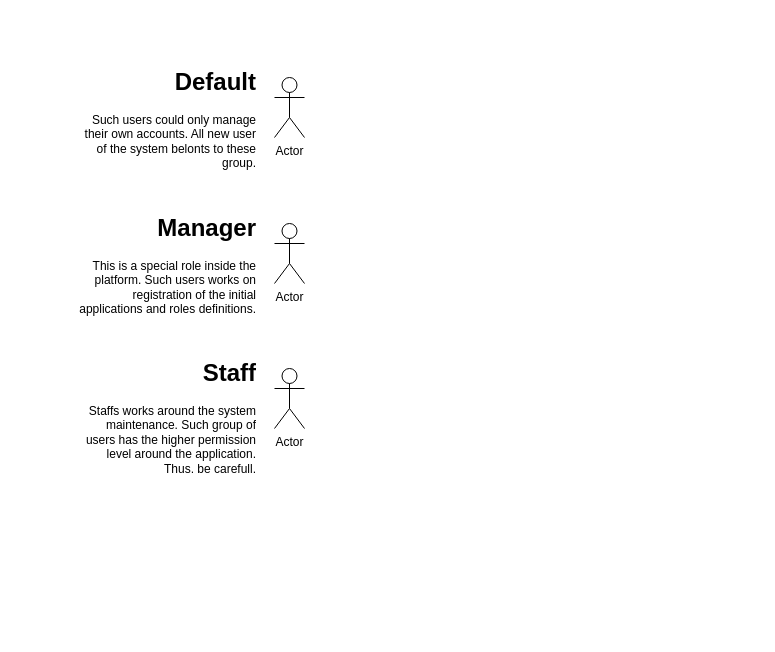
Before: arc/drawio/actors.drawio in LepistaBioinformatics/mycelium, a draw.io diagram. Source tidied: cells renumbered, new cells numbered last; positions are measured from the earlier drawing's top-left corner, leaving out a move shared by most shapes. Both pictures are drawn from the tidied source at 100%, with x=0, y=0 at pixel (71, 62).
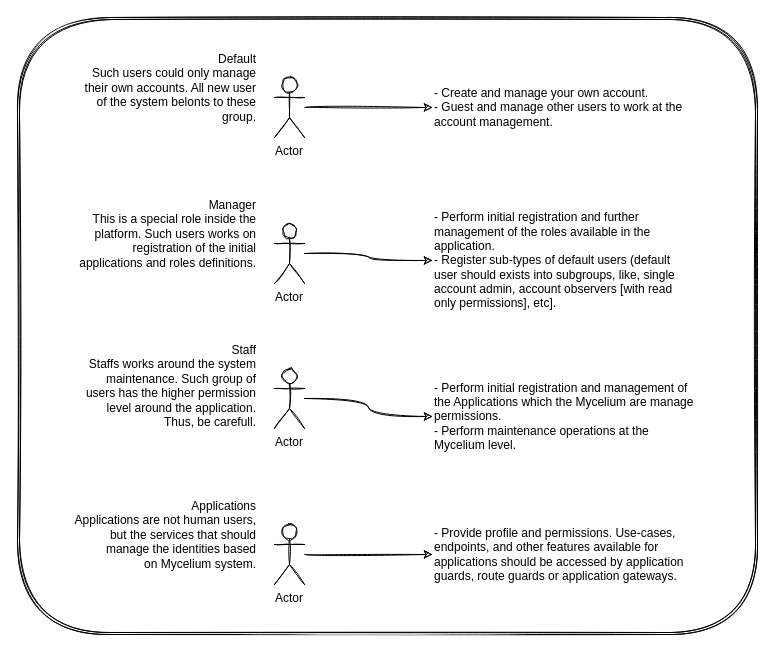
The same diagram, later.

What changed in the source:
```diff
@@
+    <mxCell id="11" style="shape=ext;double=1;rounded=1;whiteSpace=wrap;html=1;labelBackgroundColor=#171717;labelBorderColor=none;sketch=1;fontColor=default;" parent="1" vertex="1">
+      <mxGeometry x="-54" y="-45" width="740" height="617" as="geometry" />
+    </mxCell>
-    <mxCell id="2" style="group;" parent="1" vertex="1">
+    <mxCell id="2" style="group;sketch=1;rounded=1;" parent="1" vertex="1">
       <mxGeometry width="233" height="120" as="geometry" />
     </mxCell>
-    <mxCell id="3" value="Actor" style="shape=umlActor;verticalLabelPosition=bottom;verticalAlign=top;html=1;outlineConnect=0;" parent="2" vertex="1">
+    <mxCell id="3" value="Actor" style="shape=umlActor;verticalLabelPosition=bottom;verticalAlign=top;outlineConnect=0;sketch=1;rounded=1;" parent="2" vertex="1">
       <mxGeometry x="203" y="15" width="30" height="60" as="geometry" />
     </mxCell>
-    <mxCell id="4" value="&lt;h1&gt;Default&lt;/h1&gt;&lt;p&gt;Such users could only manage their own accounts. All new user of the system belonts to these group.&lt;/p&gt;" style="text;html=1;strokeColor=none;fillColor=none;spacing=5;spacingTop=-20;whiteSpace=wrap;overflow=hidden;rounded=0;align=right;" parent="2" vertex="1">
+    <mxCell id="4" value="Default&#10;Such users could only manage their own accounts. All new user of the system belonts to these group." style="text;strokeColor=none;fillColor=none;spacing=5;spacingTop=-20;whiteSpace=wrap;overflow=hidden;rounded=1;align=right;sketch=1;" parent="2" vertex="1">
       <mxGeometry width="190" height="120" as="geometry" />
     </mxCell>
-    <mxCell id="5" style="group;" parent="1" vertex="1">
+    <mxCell id="5" style="group;sketch=1;rounded=1;" parent="1" vertex="1">
       <mxGeometry y="146" width="233" height="120" as="geometry" />
     </mxCell>
-    <mxCell id="6" value="Actor" style="shape=umlActor;verticalLabelPosition=bottom;verticalAlign=top;html=1;outlineConnect=0;" parent="5" vertex="1">
+    <mxCell id="6" value="Actor" style="shape=umlActor;verticalLabelPosition=bottom;verticalAlign=top;outlineConnect=0;sketch=1;rounded=1;" parent="5" vertex="1">
       <mxGeometry x="203" y="15" width="30" height="60" as="geometry" />
     </mxCell>
-    <mxCell id="7" value="&lt;h1&gt;Manager&lt;/h1&gt;&lt;p&gt;This is a special role inside the platform. Such users works on registration of the initial applications and roles definitions.&lt;/p&gt;" style="text;html=1;strokeColor=none;fillColor=none;spacing=5;spacingTop=-20;whiteSpace=wrap;overflow=hidden;rounded=0;align=right;" parent="5" vertex="1">
+    <mxCell id="7" value="Manager&#10;This is a special role inside the platform. Such users works on registration of the initial applications and roles definitions." style="text;strokeColor=none;fillColor=none;spacing=5;spacingTop=-20;whiteSpace=wrap;overflow=hidden;rounded=1;align=right;sketch=1;" parent="5" vertex="1">
       <mxGeometry width="190" height="120" as="geometry" />
     </mxCell>
-    <mxCell id="8" style="group;" parent="1" vertex="1">
+    <mxCell id="8" style="group;sketch=1;rounded=1;" parent="1" vertex="1">
       <mxGeometry y="291" width="233" height="120" as="geometry" />
     </mxCell>
-    <mxCell id="9" value="Actor" style="shape=umlActor;verticalLabelPosition=bottom;verticalAlign=top;html=1;outlineConnect=0;" parent="8" vertex="1">
+    <mxCell id="9" value="Actor" style="shape=umlActor;verticalLabelPosition=bottom;verticalAlign=top;outlineConnect=0;sketch=1;rounded=1;" parent="8" vertex="1">
       <mxGeometry x="203" y="15" width="30" height="60" as="geometry" />
     </mxCell>
-    <mxCell id="10" value="&lt;h1&gt;Staff&lt;/h1&gt;&lt;p&gt;Staffs works around the system maintenance. Such group of users has the higher permission level around the application. Thus, be carefull.&lt;/p&gt;" style="text;html=1;strokeColor=none;fillColor=none;spacing=5;spacingTop=-20;whiteSpace=wrap;overflow=hidden;rounded=0;align=right;" parent="8" vertex="1">
+    <mxCell id="10" value="Staff&#10;Staffs works around the system maintenance. Such group of users has the higher permission level around the application. Thus, be carefull." style="text;strokeColor=none;fillColor=none;spacing=5;spacingTop=-20;whiteSpace=wrap;overflow=hidden;rounded=1;align=right;sketch=1;" parent="8" vertex="1">
       <mxGeometry width="190" height="120" as="geometry" />
     </mxCell>
+    <mxCell id="12" value="- Create and manage your own account.&#10;- Guest and manage other users to work at the account management." style="text;strokeColor=none;fillColor=none;whiteSpace=wrap;verticalAlign=middle;overflow=hidden;labelBackgroundColor=none;labelBorderColor=none;fontColor=default;spacingRight=3;sketch=1;rounded=1;" parent="1" vertex="1">
+      <mxGeometry x="361" y="2" width="267" height="86" as="geometry" />
+    </mxCell>
+    <mxCell id="13" style="edgeStyle=orthogonalEdgeStyle;entryX=0;entryY=0.5;entryDx=0;entryDy=0;fontColor=default;sketch=1;curved=1;" parent="1" edge="1" source="3" target="12">
+      <mxGeometry relative="1" as="geometry" />
+    </mxCell>
+    <mxCell id="14" value="- Perform initial registration and further management of the roles available in the application.&#10;- Register sub-types of default users (default user should exists into subgroups, like, single account admin, account observers [with read only permissions], etc]." style="text;strokeColor=none;fillColor=none;whiteSpace=wrap;verticalAlign=middle;overflow=hidden;labelBackgroundColor=none;labelBorderColor=none;fontColor=default;spacingRight=3;sketch=1;rounded=1;" parent="1" vertex="1">
+      <mxGeometry x="361" y="120" width="267" height="156" as="geometry" />
+    </mxCell>
+    <mxCell id="15" style="edgeStyle=orthogonalEdgeStyle;entryX=0;entryY=0.5;entryDx=0;entryDy=0;fontColor=default;sketch=1;curved=1;" parent="1" edge="1" source="6" target="14">
+      <mxGeometry relative="1" as="geometry" />
+    </mxCell>
+    <mxCell id="16" style="group;sketch=1;rounded=1;" parent="1" vertex="1">
+      <mxGeometry y="447" width="233" height="120" as="geometry" />
+    </mxCell>
+    <mxCell id="17" value="Actor" style="shape=umlActor;verticalLabelPosition=bottom;verticalAlign=top;outlineConnect=0;sketch=1;rounded=1;" parent="16" vertex="1">
+      <mxGeometry x="203" y="15" width="30" height="60" as="geometry" />
+    </mxCell>
+    <mxCell id="18" value="Applications&#10;Applications are not human users, but the services that should manage the identities based on Mycelium system." style="text;strokeColor=none;fillColor=none;spacing=5;spacingTop=-20;whiteSpace=wrap;overflow=hidden;rounded=1;align=right;sketch=1;" parent="16" vertex="1">
+      <mxGeometry width="190" height="120" as="geometry" />
+    </mxCell>
+    <mxCell id="19" value="- Perform initial registration and management of the Applications which the Mycelium are manage permissions.&#10;- Perform maintenance operations at the Mycelium level." style="text;strokeColor=none;fillColor=none;whiteSpace=wrap;verticalAlign=middle;overflow=hidden;labelBackgroundColor=none;labelBorderColor=none;fontColor=default;spacingRight=3;sketch=1;rounded=1;" parent="1" vertex="1">
+      <mxGeometry x="361" y="301" width="267" height="106" as="geometry" />
+    </mxCell>
+    <mxCell id="20" value="- Provide profile and permissions. Use-cases, endpoints, and other features available for applications should be accessed by application guards, route guards or application gateways." style="text;strokeColor=none;fillColor=none;whiteSpace=wrap;verticalAlign=middle;overflow=hidden;labelBackgroundColor=none;labelBorderColor=none;fontColor=default;spacingRight=3;sketch=1;rounded=1;" parent="1" vertex="1">
+      <mxGeometry x="361" y="445.5" width="267" height="93" as="geometry" />
+    </mxCell>
+    <mxCell id="21" style="edgeStyle=orthogonalEdgeStyle;fontColor=default;sketch=1;curved=1;" parent="1" edge="1" source="9" target="19">
+      <mxGeometry relative="1" as="geometry" />
+    </mxCell>
+    <mxCell id="22" style="edgeStyle=orthogonalEdgeStyle;entryX=0;entryY=0.5;entryDx=0;entryDy=0;fontColor=default;sketch=1;curved=1;" parent="1" edge="1" source="17" target="20">
+      <mxGeometry relative="1" as="geometry" />
+    </mxCell>
```
